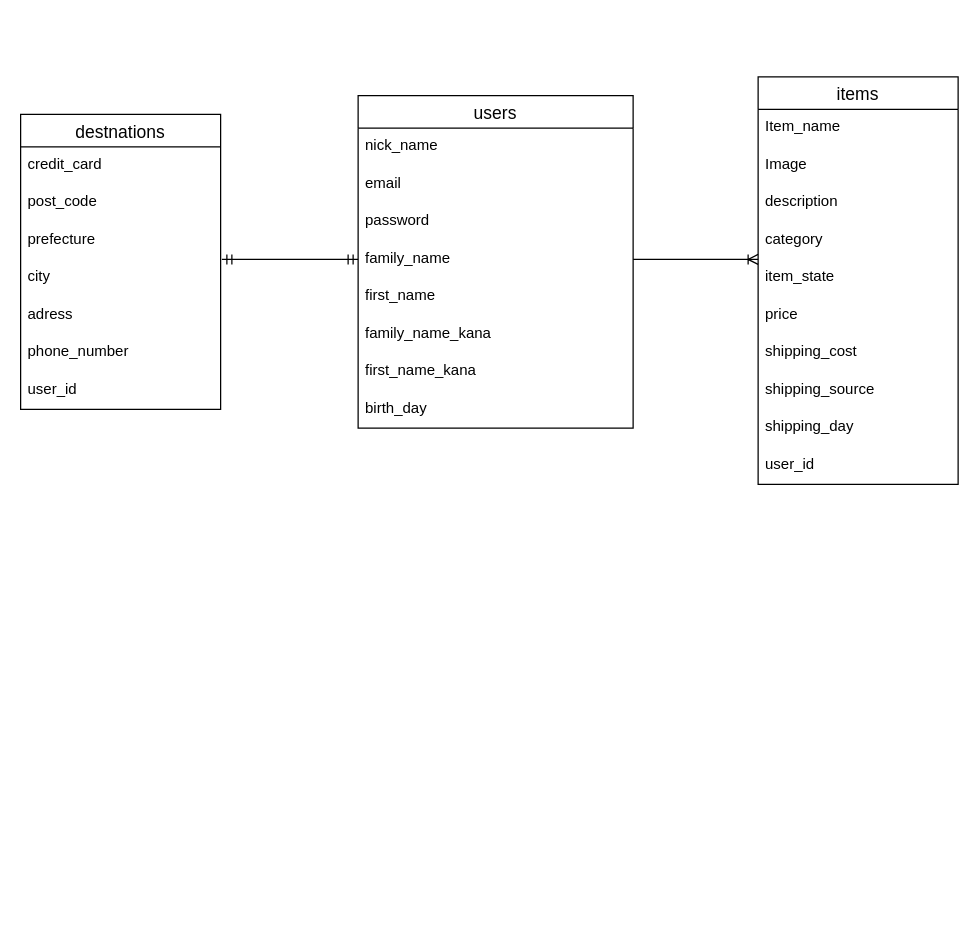
Before: ERD.dio in sochi0720/furima-33467, a draw.io diagram. Source tidied: cells renumbered, new cells numbered last; positions are measured from the earlier drawing's top-left corner, leaving out a move shared by most shapes. Both pictures are drawn from the tidied source at 125%, with x=0, y=0 at pixel (20, 76).
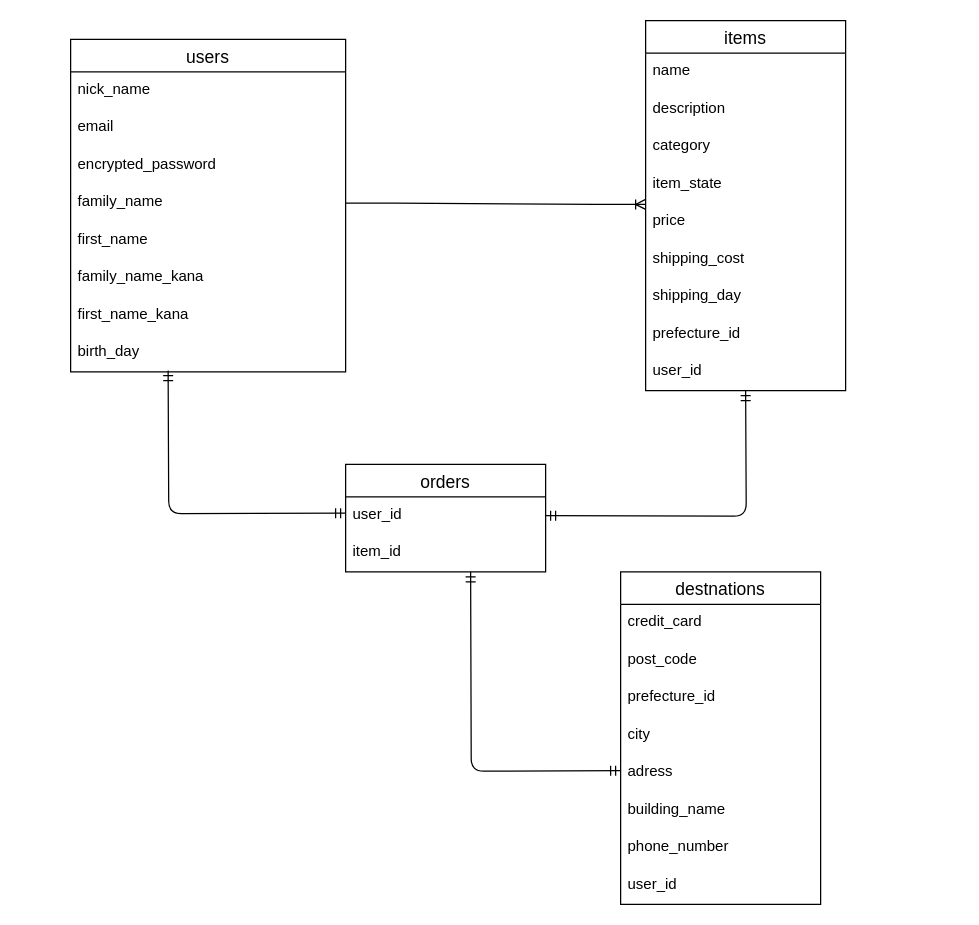
The same page after the edit.

Unchanged cells that the change refers to:
```xml
<mxCell id="26" value="family_name" style="text;strokeColor=none;fillColor=none;spacingLeft=4;spacingRight=4;overflow=hidden;points=[[0,0.5],[1,0.5]];portConstraint=eastwest;fontSize=12;" parent="22" vertex="1">
  <mxGeometry y="116" width="220" height="30" as="geometry" />
</mxCell>
```

The edit, as a diff of the source:
```diff
@@
     <mxCell id="2" value="items" style="swimlane;fontStyle=0;horizontal=1;startSize=26;align=center;fontSize=14;" parent="1" vertex="1">
-      <mxGeometry x="590" width="160" height="326" as="geometry" />
+      <mxGeometry x="500" y="-45" width="160" height="296" as="geometry" />
     </mxCell>
-    <mxCell id="3" value="Item_name" style="text;strokeColor=none;fillColor=none;spacingLeft=4;spacingRight=4;overflow=hidden;fontSize=12;" parent="2" vertex="1">
+    <mxCell id="3" value="name" style="text;strokeColor=none;fillColor=none;spacingLeft=4;spacingRight=4;overflow=hidden;fontSize=12;" parent="2" vertex="1">
       <mxGeometry y="26" width="160" height="30" as="geometry" />
     </mxCell>
-    <mxCell id="4" value="Image" style="text;strokeColor=none;fillColor=none;spacingLeft=4;spacingRight=4;overflow=hidden;fontSize=12;" parent="2" vertex="1">
-      <mxGeometry y="56" width="160" height="30" as="geometry" />
-    </mxCell>
     <mxCell id="5" value="description" style="text;strokeColor=none;fillColor=none;spacingLeft=4;spacingRight=4;overflow=hidden;fontSize=12;" parent="2" vertex="1">
-      <mxGeometry y="86" width="160" height="30" as="geometry" />
+      <mxGeometry y="56" width="160" height="30" as="geometry" />
     </mxCell>
     <mxCell id="6" value="category" style="text;strokeColor=none;fillColor=none;spacingLeft=4;spacingRight=4;overflow=hidden;fontSize=12;" parent="2" vertex="1">
-      <mxGeometry y="116" width="160" height="30" as="geometry" />
+      <mxGeometry y="86" width="160" height="30" as="geometry" />
     </mxCell>
     <mxCell id="7" value="item_state" style="text;strokeColor=none;fillColor=none;spacingLeft=4;spacingRight=4;overflow=hidden;fontSize=12;" parent="2" vertex="1">
-      <mxGeometry y="146" width="160" height="30" as="geometry" />
+      <mxGeometry y="116" width="160" height="30" as="geometry" />
     </mxCell>
     <mxCell id="8" value="price" style="text;strokeColor=none;fillColor=none;spacingLeft=4;spacingRight=4;overflow=hidden;fontSize=12;" parent="2" vertex="1">
-      <mxGeometry y="176" width="160" height="30" as="geometry" />
+      <mxGeometry y="146" width="160" height="30" as="geometry" />
     </mxCell>
     <mxCell id="9" value="shipping_cost" style="text;strokeColor=none;fillColor=none;spacingLeft=4;spacingRight=4;overflow=hidden;fontSize=12;" parent="2" vertex="1">
-      <mxGeometry y="206" width="160" height="30" as="geometry" />
+      <mxGeometry y="176" width="160" height="30" as="geometry" />
     </mxCell>
+    <mxCell id="11" value="shipping_day" style="text;strokeColor=none;fillColor=none;spacingLeft=4;spacingRight=4;overflow=hidden;fontSize=12;" parent="2" vertex="1">
+      <mxGeometry y="206" width="160" height="30" as="geometry" />
+    </mxCell>
-    <mxCell id="10" value="shipping_source" style="text;strokeColor=none;fillColor=none;spacingLeft=4;spacingRight=4;overflow=hidden;fontSize=12;" parent="2" vertex="1">
+    <mxCell id="10" value="prefecture_id" style="text;strokeColor=none;fillColor=none;spacingLeft=4;spacingRight=4;overflow=hidden;fontSize=12;" parent="2" vertex="1">
       <mxGeometry y="236" width="160" height="30" as="geometry" />
     </mxCell>
-    <mxCell id="11" value="shipping_day" style="text;strokeColor=none;fillColor=none;spacingLeft=4;spacingRight=4;overflow=hidden;fontSize=12;" parent="2" vertex="1">
-      <mxGeometry y="266" width="160" height="30" as="geometry" />
-    </mxCell>
     <mxCell id="12" value="user_id" style="text;strokeColor=none;fillColor=none;spacingLeft=4;spacingRight=4;overflow=hidden;fontSize=12;" parent="2" vertex="1">
-      <mxGeometry y="296" width="160" height="30" as="geometry" />
+      <mxGeometry y="266" width="160" height="30" as="geometry" />
     </mxCell>
     <mxCell id="13" value="destnations" style="swimlane;fontStyle=0;horizontal=1;startSize=26;align=center;fontSize=14;" parent="1" vertex="1">
-      <mxGeometry y="30" width="160" height="236" as="geometry" />
+      <mxGeometry x="480" y="396" width="160" height="266" as="geometry" />
     </mxCell>
@@
-    <mxCell id="16" value="prefecture" style="text;strokeColor=none;fillColor=none;spacingLeft=4;spacingRight=4;overflow=hidden;fontSize=12;" parent="13" vertex="1">
+    <mxCell id="16" value="prefecture_id" style="text;strokeColor=none;fillColor=none;spacingLeft=4;spacingRight=4;overflow=hidden;fontSize=12;" parent="13" vertex="1">
       <mxGeometry y="86" width="160" height="30" as="geometry" />
     </mxCell>
-    <mxCell id="17" style="edgeStyle=entityRelationEdgeStyle;fontSize=12;html=1;endArrow=ERmandOne;startArrow=ERmandOne;" parent="13" edge="1">
-      <mxGeometry relative="1" as="geometry">
-        <mxPoint x="161" y="116" as="sourcePoint" />
-        <mxPoint x="270" y="116" as="targetPoint" />
-      </mxGeometry>
-    </mxCell>
@@
+    <mxCell id="32" value="building_name&#10;" style="text;strokeColor=none;fillColor=none;spacingLeft=4;spacingRight=4;overflow=hidden;fontSize=12;" parent="13" vertex="1">
+      <mxGeometry y="176" width="160" height="30" as="geometry" />
+    </mxCell>
     <mxCell id="20" value="phone_number" style="text;strokeColor=none;fillColor=none;spacingLeft=4;spacingRight=4;overflow=hidden;fontSize=12;" parent="13" vertex="1">
-      <mxGeometry y="176" width="160" height="30" as="geometry" />
+      <mxGeometry y="206" width="160" height="30" as="geometry" />
     </mxCell>
     <mxCell id="21" value="user_id" style="text;strokeColor=none;fillColor=none;spacingLeft=4;spacingRight=4;overflow=hidden;fontSize=12;" parent="13" vertex="1">
-      <mxGeometry y="206" width="160" height="30" as="geometry" />
+      <mxGeometry y="236" width="160" height="30" as="geometry" />
     </mxCell>
     <mxCell id="22" value="users" style="swimlane;fontStyle=0;horizontal=1;startSize=26;align=center;fontSize=14;" parent="1" vertex="1">
-      <mxGeometry x="270" y="15" width="220" height="266" as="geometry" />
+      <mxGeometry x="40" y="-30" width="220" height="266" as="geometry" />
     </mxCell>
@@
-    <mxCell id="25" value="password" style="text;strokeColor=none;fillColor=none;spacingLeft=4;spacingRight=4;overflow=hidden;fontSize=12;" parent="22" vertex="1">
+    <mxCell id="25" value="encrypted_password" style="text;strokeColor=none;fillColor=none;spacingLeft=4;spacingRight=4;overflow=hidden;fontSize=12;" parent="22" vertex="1">
       <mxGeometry y="86" width="220" height="30" as="geometry" />
     </mxCell>
@@
     <mxCell id="31" style="edgeStyle=entityRelationEdgeStyle;fontSize=12;html=1;endArrow=ERoneToMany;exitX=1;exitY=0.5;exitDx=0;exitDy=0;" parent="1" edge="1" source="26">
       <mxGeometry relative="1" as="geometry">
-        <mxPoint x="590" y="146" as="targetPoint" />
+        <mxPoint x="500" y="102" as="targetPoint" />
       </mxGeometry>
     </mxCell>
+    <mxCell id="33" value="orders" style="swimlane;fontStyle=0;horizontal=1;startSize=26;align=center;fontSize=14;" parent="1" vertex="1">
+      <mxGeometry x="260" y="310" width="160" height="86" as="geometry" />
+    </mxCell>
+    <mxCell id="34" value="user_id" style="text;strokeColor=none;fillColor=none;spacingLeft=4;spacingRight=4;overflow=hidden;fontSize=12;" parent="33" vertex="1">
+      <mxGeometry y="26" width="160" height="30" as="geometry" />
+    </mxCell>
+    <mxCell id="35" value="item_id" style="text;strokeColor=none;fillColor=none;spacingLeft=4;spacingRight=4;overflow=hidden;fontSize=12;" parent="33" vertex="1">
+      <mxGeometry y="56" width="160" height="30" as="geometry" />
+    </mxCell>
+    <mxCell id="36" style="edgeStyle=orthogonalEdgeStyle;fontSize=12;html=1;endArrow=ERmandOne;startArrow=ERmandOne;" parent="1" edge="1">
+      <mxGeometry relative="1" as="geometry">
+        <mxPoint x="260" y="349" as="sourcePoint" />
+        <mxPoint x="118" y="235" as="targetPoint" />
+      </mxGeometry>
+    </mxCell>
+    <mxCell id="37" style="edgeStyle=orthogonalEdgeStyle;fontSize=12;html=1;endArrow=ERmandOne;startArrow=ERmandOne;" parent="1" edge="1">
+      <mxGeometry relative="1" as="geometry">
+        <mxPoint x="420" y="351" as="sourcePoint" />
+        <mxPoint x="580" y="251" as="targetPoint" />
+      </mxGeometry>
+    </mxCell>
+    <mxCell id="38" style="edgeStyle=orthogonalEdgeStyle;fontSize=12;html=1;endArrow=ERmandOne;startArrow=ERmandOne;" parent="1" edge="1">
+      <mxGeometry relative="1" as="geometry">
+        <mxPoint x="480" y="555" as="sourcePoint" />
+        <mxPoint x="360" y="396" as="targetPoint" />
+      </mxGeometry>
+    </mxCell>
```
